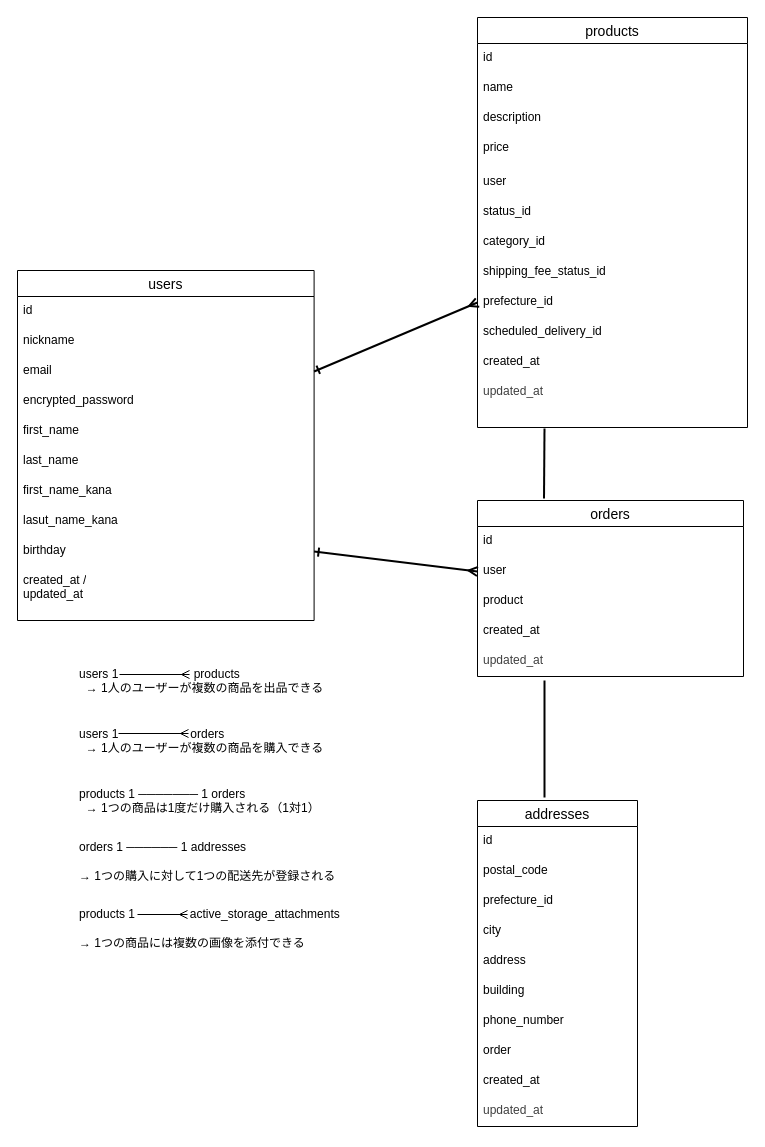
This is furima_er.dio from tkzmkyms/furima-42061, a draw.io file, before an edit. Source tidied: cells renumbered, new cells numbered last; positions are measured from the earlier drawing's top-left corner, leaving out a move shared by most shapes. Both pictures are drawn from the tidied source at 100%, with x=0, y=0 at pixel (17, 17).
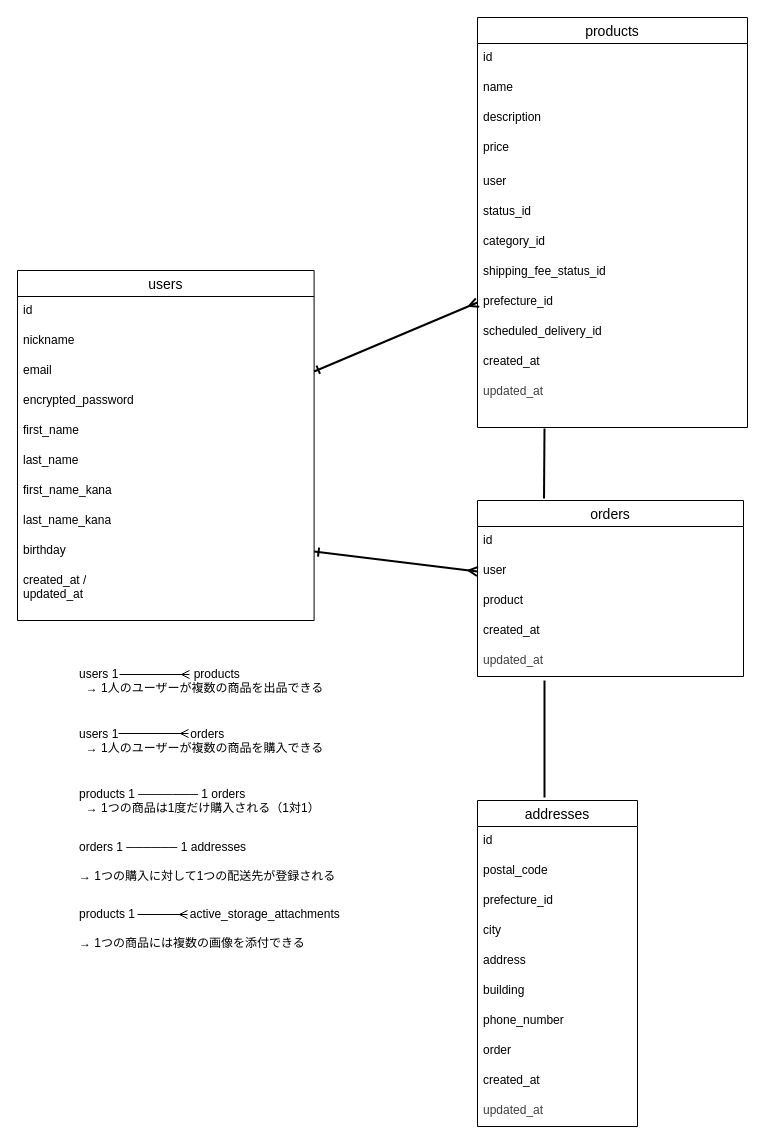
The same diagram, later.

The change refers to these unchanged cells:
```xml
<mxCell id="2" value="users" style="swimlane;fontStyle=0;horizontal=1;startSize=26;align=center;fontSize=14;" parent="1" vertex="1">
  <mxGeometry y="253" width="296.6" height="350" as="geometry" />
</mxCell>
```

The edit, as a diff of the source:
```diff
@@
-    <mxCell id="10" value="lasut_name_kana" style="text;strokeColor=none;fillColor=none;spacingLeft=4;spacingRight=4;overflow=hidden;fontSize=12;whiteSpace=wrap;html=1;" parent="2" vertex="1">
+    <mxCell id="10" value="last_name_kana" style="text;strokeColor=none;fillColor=none;spacingLeft=4;spacingRight=4;overflow=hidden;fontSize=12;whiteSpace=wrap;html=1;" parent="2" vertex="1">
       <mxGeometry y="236" width="296.6" height="30" as="geometry" />
     </mxCell>
```
